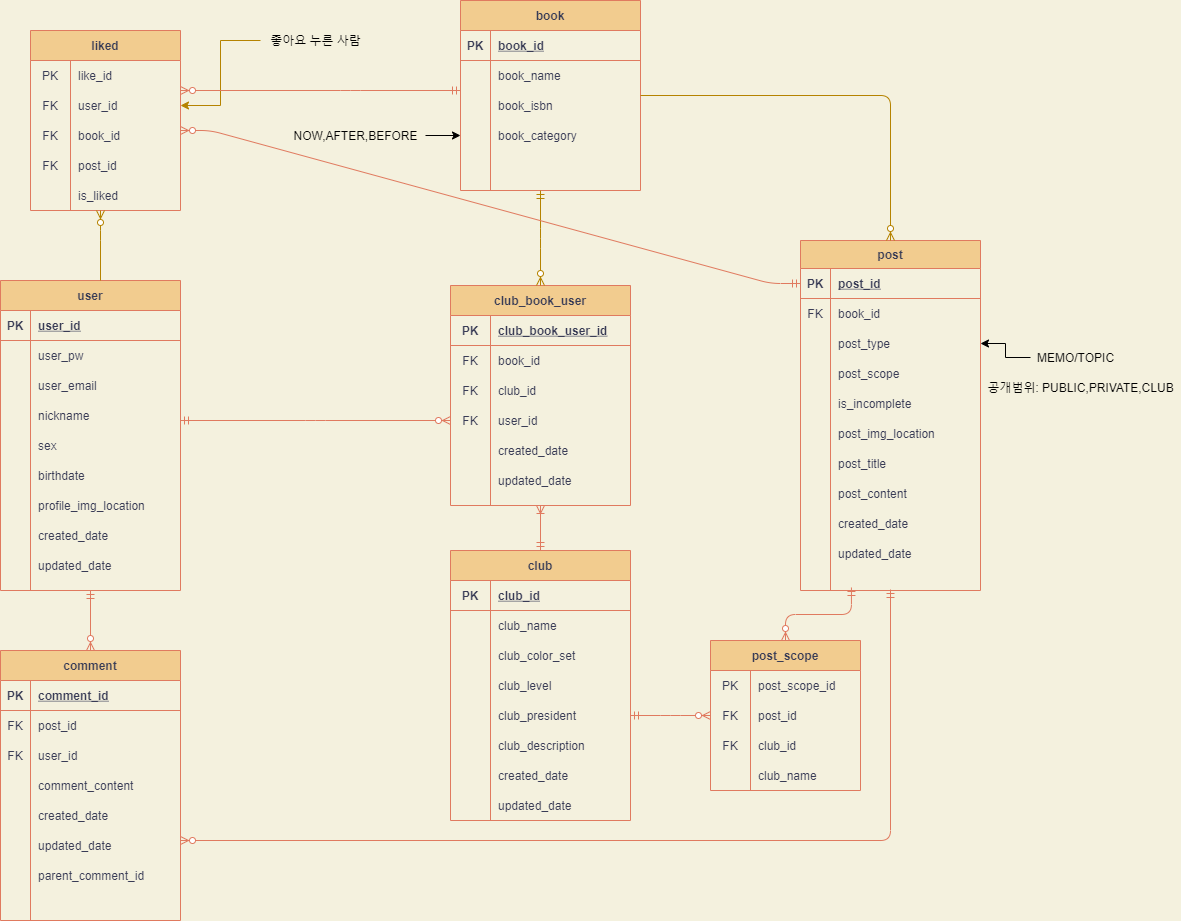
The draw.io diagram mangpoERD.png in CYC0227/mangpo-ERD, before a commit. Source tidied: cells renumbered, new cells last; positions are measured from the earlier drawing's top-left corner, leaving out a move shared by most shapes.
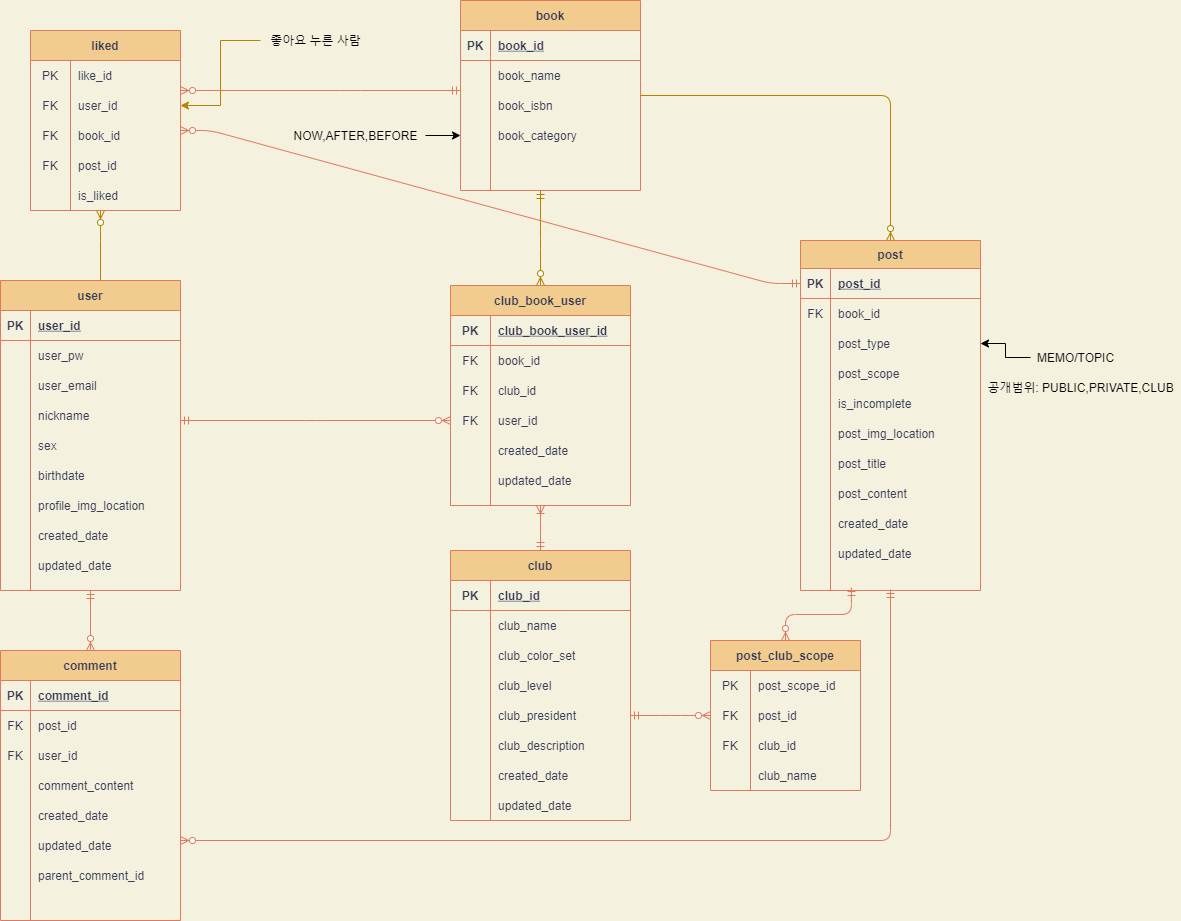
The same diagram one commit later.

Diff of the diagram source:
```diff
@@ -569,7 +569,7 @@
     <mxCell id="178" style="edgeStyle=entityRelationEdgeStyle;fontSize=12;html=1;endArrow=ERzeroToMany;startArrow=ERmandOne;strokeColor=#E07A5F;fontColor=#393C56;labelBackgroundColor=#F4F1DE;entryX=1;entryY=0.333;entryDx=0;entryDy=0;entryPerimeter=0;" parent="1" edge="1" source="31" target="163">
       <mxGeometry relative="1" as="geometry" />
     </mxCell>
-    <mxCell id="179" value="post_scope" style="shape=table;startSize=30;rowLines=0;fontStyle=1;align=center;fillColor=#F2CC8F;strokeColor=#E07A5F;fontColor=#393C56;" parent="1" vertex="1">
+    <mxCell id="179" value="post_club_scope" style="shape=table;startSize=30;rowLines=0;fontStyle=1;align=center;fillColor=#F2CC8F;strokeColor=#E07A5F;fontColor=#393C56;" parent="1" vertex="1">
       <mxGeometry x="710" y="640" width="150" height="150" as="geometry" />
     </mxCell>
     <mxCell id="180" style="shape=partialRectangle;fillColor=none;top=0;left=0;bottom=0;right=0;strokeColor=#E07A5F;fontColor=#393C56;" parent="179" vertex="1">
```
